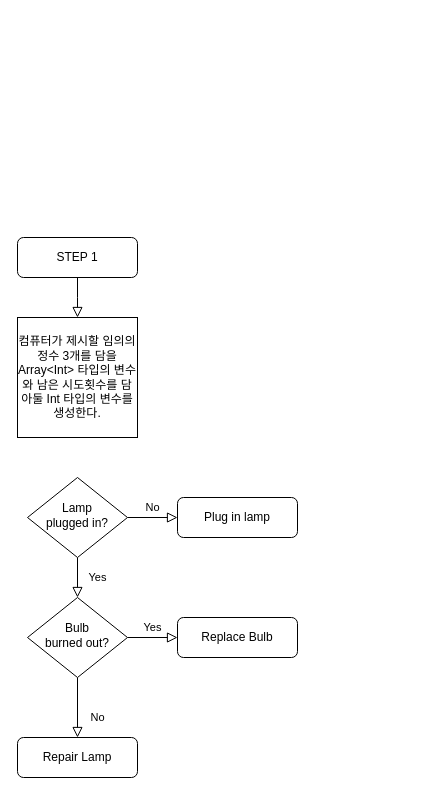
yagom-academy/ios-number-baseball keeps this draw.io diagram as flowchart.drawio. Above is the earlier version. Source tidied: cells renumbered, new cells numbered last; positions are measured from the earlier drawing's top-left corner, leaving out a move shared by most shapes. Both pictures are drawn from the tidied source at 100%, with x=0, y=0 at pixel (17, 237).
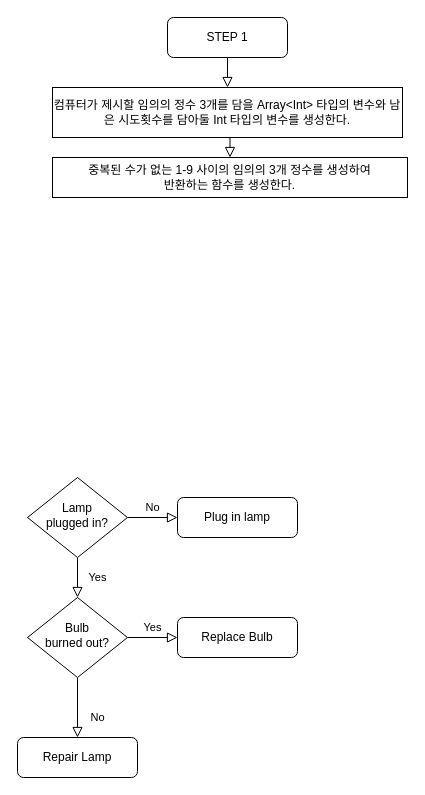
After the change.

Diff of the diagram source:
```diff
@@
 <mxGraphModel>
   <root>
     <mxCell id="0" />
     <mxCell id="1" parent="0" />
-    <mxCell id="2" style="rounded=0;html=1;jettySize=auto;fontSize=11;endArrow=block;endFill=0;endSize=8;strokeWidth=1;shadow=0;labelBackgroundColor=none;edgeStyle=orthogonalEdgeStyle;" parent="1" edge="1" source="3">
-      <mxGeometry relative="1" as="geometry">
-        <mxPoint x="60" y="80" as="targetPoint" />
-      </mxGeometry>
+    <mxCell id="2" style="rounded=0;html=1;jettySize=auto;fontSize=11;endArrow=block;endFill=0;endSize=8;strokeWidth=1;shadow=0;labelBackgroundColor=none;edgeStyle=orthogonalEdgeStyle;entryX=0.5;entryY=0;entryDx=0;entryDy=0;" parent="1" edge="1" source="3" target="13">
+      <mxGeometry relative="1" as="geometry" />
     </mxCell>
     <mxCell id="3" value="STEP 1" style="rounded=1;whiteSpace=wrap;html=1;fontSize=12;glass=0;strokeWidth=1;shadow=0;" parent="1" vertex="1">
-      <mxGeometry width="120" height="40" as="geometry" />
+      <mxGeometry x="150" y="-220" width="120" height="40" as="geometry" />
     </mxCell>
     <mxCell id="4" value="Yes" style="rounded=0;html=1;jettySize=auto;fontSize=11;endArrow=block;endFill=0;endSize=8;strokeWidth=1;shadow=0;labelBackgroundColor=none;edgeStyle=orthogonalEdgeStyle;" parent="1" edge="1" source="6" target="10">
       <mxGeometry y="20" relative="1" as="geometry" />
     </mxCell>
     <mxCell id="5" value="No" style="edgeStyle=orthogonalEdgeStyle;rounded=0;html=1;jettySize=auto;fontSize=11;endArrow=block;endFill=0;endSize=8;strokeWidth=1;shadow=0;labelBackgroundColor=none;" parent="1" edge="1" source="6" target="7">
       <mxGeometry y="10" relative="1" as="geometry" />
     </mxCell>
     <mxCell id="6" value="Lamp&lt;br&gt;plugged in?" style="rhombus;whiteSpace=wrap;html=1;shadow=0;fontFamily=Helvetica;fontSize=12;align=center;strokeWidth=1;spacing=6;spacingTop=-4;" parent="1" vertex="1">
       <mxGeometry x="10" y="240" width="100" height="80" as="geometry" />
     </mxCell>
     <mxCell id="7" value="Plug in lamp" style="rounded=1;whiteSpace=wrap;html=1;fontSize=12;glass=0;strokeWidth=1;shadow=0;" parent="1" vertex="1">
       <mxGeometry x="160" y="260" width="120" height="40" as="geometry" />
     </mxCell>
     <mxCell id="8" value="No" style="rounded=0;html=1;jettySize=auto;fontSize=11;endArrow=block;endFill=0;endSize=8;strokeWidth=1;shadow=0;labelBackgroundColor=none;edgeStyle=orthogonalEdgeStyle;" parent="1" edge="1" source="10" target="11">
       <mxGeometry x="0.33" y="20" relative="1" as="geometry" />
     </mxCell>
     <mxCell id="9" value="Yes" style="edgeStyle=orthogonalEdgeStyle;rounded=0;html=1;jettySize=auto;fontSize=11;endArrow=block;endFill=0;endSize=8;strokeWidth=1;shadow=0;labelBackgroundColor=none;" parent="1" edge="1" source="10" target="12">
       <mxGeometry y="10" relative="1" as="geometry" />
     </mxCell>
     <mxCell id="10" value="Bulb&lt;br&gt;burned out?" style="rhombus;whiteSpace=wrap;html=1;shadow=0;fontFamily=Helvetica;fontSize=12;align=center;strokeWidth=1;spacing=6;spacingTop=-4;" parent="1" vertex="1">
       <mxGeometry x="10" y="360" width="100" height="80" as="geometry" />
     </mxCell>
     <mxCell id="11" value="Repair Lamp" style="rounded=1;whiteSpace=wrap;html=1;fontSize=12;glass=0;strokeWidth=1;shadow=0;" parent="1" vertex="1">
       <mxGeometry y="500" width="120" height="40" as="geometry" />
     </mxCell>
     <mxCell id="12" value="Replace Bulb" style="rounded=1;whiteSpace=wrap;html=1;fontSize=12;glass=0;strokeWidth=1;shadow=0;" parent="1" vertex="1">
       <mxGeometry x="160" y="380" width="120" height="40" as="geometry" />
     </mxCell>
     <mxCell id="13" value="컴퓨터가 제시할 임의의 정수 3개를 담을 Array&amp;lt;Int&amp;gt; 타입의 변수와 남은 시도횟수를 담아둘 Int 타입의 변수를 생성한다." style="rounded=0;whiteSpace=wrap;html=1;" parent="1" vertex="1">
-      <mxGeometry y="80" width="120" height="120" as="geometry" />
+      <mxGeometry x="35" y="-150" width="350" height="50" as="geometry" />
     </mxCell>
+    <mxCell id="14" value="중복된 수가 없는 1-9 사이의 임의의 3개 정수를 생성하여&lt;br&gt;반환하는 함수를 생성한다." style="rounded=0;whiteSpace=wrap;html=1;" parent="1" vertex="1">
+      <mxGeometry x="35" y="-80" width="355" height="40" as="geometry" />
+    </mxCell>
+    <mxCell id="15" style="rounded=0;html=1;jettySize=auto;fontSize=11;endArrow=block;endFill=0;endSize=8;strokeWidth=1;shadow=0;labelBackgroundColor=none;edgeStyle=orthogonalEdgeStyle;entryX=0.5;entryY=0;entryDx=0;entryDy=0;exitX=0.5;exitY=1;exitDx=0;exitDy=0;" parent="1" edge="1" source="13" target="14">
+      <mxGeometry relative="1" as="geometry" />
+    </mxCell>
   </root>
 </mxGraphModel>
```
